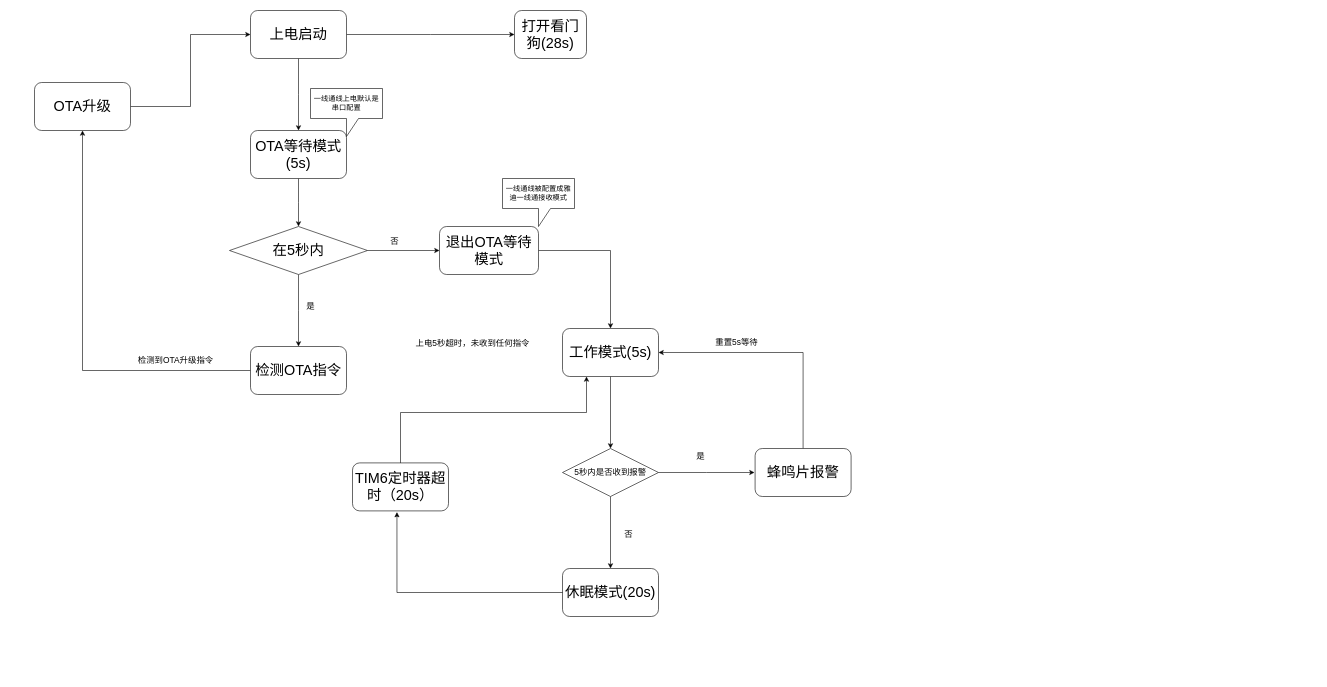
This is libuuu/未命名绘图.drawio from wuzexiang99/mfgtools, a draw.io file, before an edit. Source tidied: cells renumbered, new cells numbered last; positions are measured from the earlier drawing's top-left corner, leaving out a move shared by most shapes. Both pictures are drawn from the tidied source at 60%, with x=0, y=0 at pixel (34, 10).
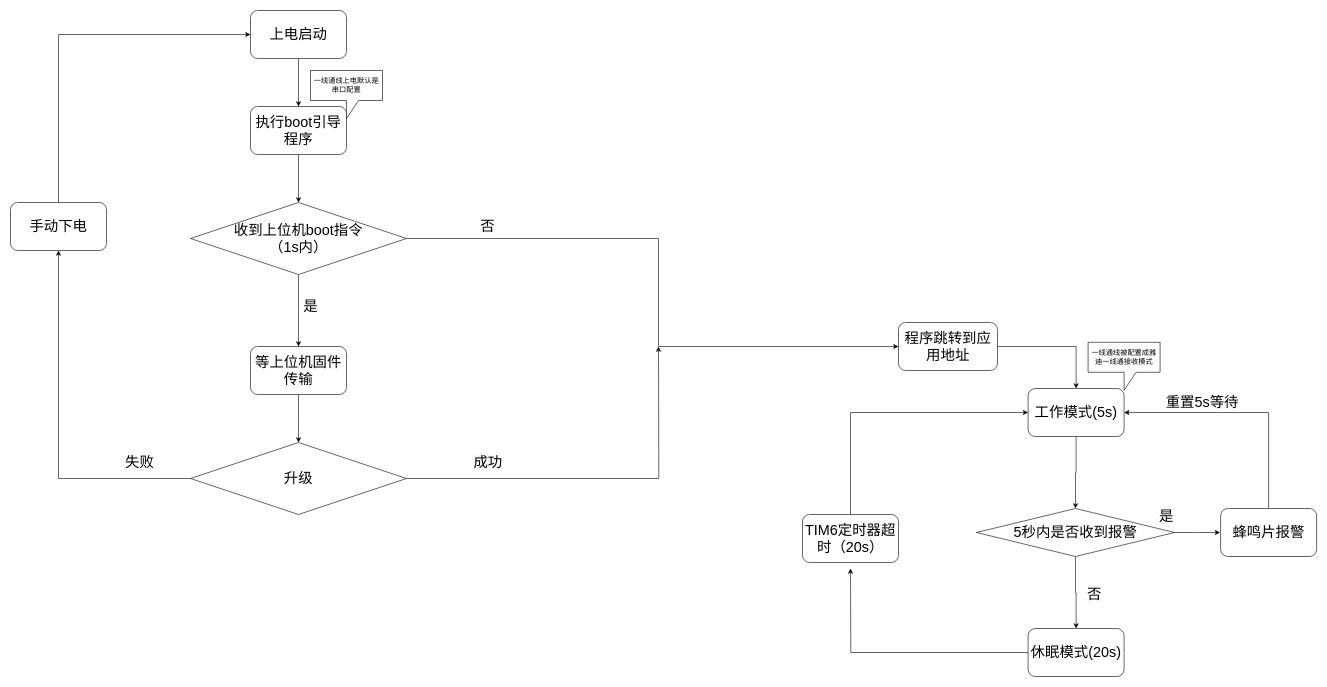
The same diagram, later.

Commit message:
发声装置程序设计

Unchanged cells that the change refers to:
```xml
<mxCell id="4" value="&lt;font style=&quot;font-size: 24px;&quot;&gt;上电启动&lt;/font&gt;" style="rounded=1;whiteSpace=wrap;html=1;" parent="1" vertex="1">
  <mxGeometry x="360" width="160" height="80" as="geometry" />
</mxCell>
```

Diff of the diagram source:
```diff
@@
-    <mxCell id="2" style="edgeStyle=orthogonalEdgeStyle;rounded=0;jettySize=auto;html=1;" parent="1" edge="1" source="4">
-      <mxGeometry relative="1" as="geometry">
-        <mxPoint x="440" y="200" as="targetPoint" />
-      </mxGeometry>
-    </mxCell>
-    <mxCell id="3" style="edgeStyle=orthogonalEdgeStyle;rounded=0;jettySize=auto;html=1;" parent="1" edge="1" source="4">
-      <mxGeometry relative="1" as="geometry">
-        <mxPoint x="800" y="40" as="targetPoint" />
-      </mxGeometry>
-    </mxCell>
+    <mxCell id="37" style="edgeStyle=orthogonalEdgeStyle;rounded=0;jettySize=auto;html=1;entryX=0.5;entryY=0;entryDx=0;entryDy=0;" parent="1" edge="1" source="4" target="10">
+      <mxGeometry relative="1" as="geometry" />
+    </mxCell>
@@
-    <mxCell id="5" style="edgeStyle=orthogonalEdgeStyle;rounded=0;jettySize=auto;html=1;entryX=0;entryY=0.5;entryDx=0;entryDy=0;" parent="1" edge="1" source="6" target="4">
-      <mxGeometry relative="1" as="geometry" />
-    </mxCell>
-    <mxCell id="6" value="&lt;span style=&quot;font-size: 24px;&quot;&gt;OTA升级&lt;/span&gt;" style="rounded=1;whiteSpace=wrap;html=1;" parent="1" vertex="1">
-      <mxGeometry y="120" width="160" height="80" as="geometry" />
-    </mxCell>
@@
     <mxCell id="8" value="&lt;span style=&quot;font-size: 24px;&quot;&gt;工作模式(5s)&lt;/span&gt;" style="rounded=1;whiteSpace=wrap;html=1;" parent="1" vertex="1">
-      <mxGeometry x="880" y="530" width="160" height="80" as="geometry" />
+      <mxGeometry x="1656" y="630" width="160" height="80" as="geometry" />
     </mxCell>
-    <mxCell id="9" style="edgeStyle=orthogonalEdgeStyle;rounded=0;jettySize=auto;html=1;" parent="1" edge="1" source="10">
-      <mxGeometry relative="1" as="geometry">
-        <mxPoint x="440" y="360" as="targetPoint" />
-      </mxGeometry>
-    </mxCell>
+    <mxCell id="38" style="edgeStyle=orthogonalEdgeStyle;rounded=0;jettySize=auto;html=1;entryX=0.5;entryY=0;entryDx=0;entryDy=0;" parent="1" edge="1" source="10" target="29">
+      <mxGeometry relative="1" as="geometry" />
+    </mxCell>
-    <mxCell id="10" value="&lt;span style=&quot;font-size: 24px;&quot;&gt;OTA等待模式(5s)&lt;/span&gt;" style="rounded=1;whiteSpace=wrap;html=1;" parent="1" vertex="1">
-      <mxGeometry x="360" y="200" width="160" height="80" as="geometry" />
+    <mxCell id="10" value="&lt;font style=&quot;font-size: 24px;&quot;&gt;执行boot引导程序&lt;/font&gt;" style="rounded=1;whiteSpace=wrap;html=1;" parent="1" vertex="1">
+      <mxGeometry x="360" y="160" width="160" height="80" as="geometry" />
     </mxCell>
-    <mxCell id="11" value="&lt;font style=&quot;font-size: 14px;&quot;&gt;检测到OTA升级指令&lt;/font&gt;" style="text;html=1;align=center;verticalAlign=middle;strokeColor=none;fillColor=none;" parent="1" vertex="1">
-      <mxGeometry x="160" y="568" width="150" height="30" as="geometry" />
-    </mxCell>
-    <mxCell id="12" value="&lt;font style=&quot;font-size: 14px;&quot;&gt;上电5秒超时，未收到任何指令&lt;/font&gt;" style="text;html=1;align=center;verticalAlign=middle;strokeColor=none;fillColor=none;" parent="1" vertex="1">
-      <mxGeometry x="625" y="540" width="210" height="30" as="geometry" />
-    </mxCell>
-    <mxCell id="13" style="edgeStyle=orthogonalEdgeStyle;rounded=0;jettySize=auto;html=1;entryX=0.25;entryY=1;entryDx=0;entryDy=0;" parent="1" edge="1" source="14" target="8">
+    <mxCell id="13" style="edgeStyle=orthogonalEdgeStyle;rounded=0;jettySize=auto;html=1;entryX=0;entryY=0.5;entryDx=0;entryDy=0;" parent="1" edge="1" source="14" target="8">
       <mxGeometry relative="1" as="geometry">
         <Array as="points">
-          <mxPoint x="610" y="670" />
-          <mxPoint x="920" y="670" />
+          <mxPoint x="1360" y="670" />
         </Array>
       </mxGeometry>
     </mxCell>
     <mxCell id="14" value="&lt;span style=&quot;font-size: 24px;&quot;&gt;TIM6定时器超时（20s）&lt;/span&gt;" style="rounded=1;whiteSpace=wrap;html=1;" parent="1" vertex="1">
-      <mxGeometry x="530" y="754" width="160" height="80" as="geometry" />
+      <mxGeometry x="1280" y="840" width="160" height="80" as="geometry" />
     </mxCell>
+    <mxCell id="39" style="edgeStyle=orthogonalEdgeStyle;rounded=0;jettySize=auto;html=1;" parent="1" edge="1" source="15">
+      <mxGeometry relative="1" as="geometry">
+        <mxPoint x="1360" y="930" as="targetPoint" />
+      </mxGeometry>
+    </mxCell>
     <mxCell id="15" value="&lt;span style=&quot;font-size: 24px;&quot;&gt;休眠模式(20s)&lt;/span&gt;" style="rounded=1;whiteSpace=wrap;html=1;" parent="1" vertex="1">
-      <mxGeometry x="880" y="930" width="160" height="80" as="geometry" />
+      <mxGeometry x="1656" y="1030" width="160" height="80" as="geometry" />
     </mxCell>
-    <mxCell id="16" style="edgeStyle=orthogonalEdgeStyle;rounded=0;jettySize=auto;html=1;entryX=0.463;entryY=1.025;entryDx=0;entryDy=0;entryPerimeter=0;" parent="1" edge="1" source="15" target="14">
-      <mxGeometry relative="1" as="geometry" />
-    </mxCell>
@@
     <mxCell id="18" style="edgeStyle=orthogonalEdgeStyle;rounded=0;jettySize=auto;html=1;" parent="1" edge="1" source="19">
       <mxGeometry relative="1" as="geometry">
-        <mxPoint x="1200" y="770" as="targetPoint" />
+        <mxPoint x="1975.9" y="870" as="targetPoint" />
       </mxGeometry>
     </mxCell>
-    <mxCell id="19" value="&lt;font style=&quot;font-size: 14px;&quot;&gt;5秒内是否收到报警&lt;/font&gt;" style="rhombus;whiteSpace=wrap;html=1;" parent="1" vertex="1">
-      <mxGeometry x="880" y="730" width="160" height="80" as="geometry" />
+    <mxCell id="19" value="&lt;font style=&quot;font-size: 24px;&quot;&gt;5秒内是否收到报警&lt;/font&gt;" style="rhombus;whiteSpace=wrap;html=1;" parent="1" vertex="1">
+      <mxGeometry x="1570" y="830" width="330" height="80" as="geometry" />
     </mxCell>
-    <mxCell id="20" value="&lt;font style=&quot;font-size: 14px;&quot;&gt;否&lt;/font&gt;" style="text;html=1;align=center;verticalAlign=middle;strokeColor=none;fillColor=none;" parent="1" vertex="1">
-      <mxGeometry x="970" y="858" width="40" height="30" as="geometry" />
+    <mxCell id="20" value="&lt;font style=&quot;font-size: 24px;&quot;&gt;否&lt;/font&gt;" style="text;html=1;align=center;verticalAlign=middle;strokeColor=none;fillColor=none;" parent="1" vertex="1">
+      <mxGeometry x="1741" y="953" width="50" height="40" as="geometry" />
     </mxCell>
@@
     <mxCell id="22" value="&lt;span style=&quot;font-size: 24px;&quot;&gt;蜂鸣片报警&lt;/span&gt;" style="rounded=1;whiteSpace=wrap;html=1;" parent="1" vertex="1">
-      <mxGeometry x="1201" y="730" width="160" height="80" as="geometry" />
+      <mxGeometry x="1976.9" y="830" width="160" height="80" as="geometry" />
     </mxCell>
-    <mxCell id="23" value="&lt;font style=&quot;font-size: 14px;&quot;&gt;重置5s等待&lt;/font&gt;" style="text;html=1;align=center;verticalAlign=middle;strokeColor=none;fillColor=none;" parent="1" vertex="1">
-      <mxGeometry x="1125" y="538" width="90" height="30" as="geometry" />
+    <mxCell id="23" value="&lt;font style=&quot;font-size: 24px;&quot;&gt;重置5s等待&lt;/font&gt;" style="text;html=1;align=center;verticalAlign=middle;strokeColor=none;fillColor=none;" parent="1" vertex="1">
+      <mxGeometry x="1876" y="633" width="140" height="40" as="geometry" />
     </mxCell>
-    <mxCell id="24" value="&lt;font style=&quot;font-size: 14px;&quot;&gt;是&lt;/font&gt;" style="text;html=1;align=center;verticalAlign=middle;strokeColor=none;fillColor=none;" parent="1" vertex="1">
-      <mxGeometry x="1090" y="728" width="40" height="30" as="geometry" />
+    <mxCell id="24" value="&lt;font style=&quot;font-size: 24px;&quot;&gt;是&lt;/font&gt;" style="text;html=1;align=center;verticalAlign=middle;strokeColor=none;fillColor=none;" parent="1" vertex="1">
+      <mxGeometry x="1861" y="823" width="50" height="40" as="geometry" />
     </mxCell>
-    <mxCell id="25" value="&lt;span style=&quot;font-size: 24px;&quot;&gt;打开看门狗(28s)&lt;/span&gt;" style="rounded=1;whiteSpace=wrap;html=1;" parent="1" vertex="1">
-      <mxGeometry x="800" width="120" height="80" as="geometry" />
-    </mxCell>
     <mxCell id="26" value="一线通线上电默认是串口配置" style="shape=callout;whiteSpace=wrap;html=1;perimeter=calloutPerimeter;" parent="1" vertex="1">
-      <mxGeometry x="460" y="130" width="120" height="80" as="geometry" />
+      <mxGeometry x="460" y="100" width="120" height="80" as="geometry" />
     </mxCell>
@@
     <mxCell id="28" style="edgeStyle=orthogonalEdgeStyle;rounded=0;jettySize=auto;html=1;entryX=0;entryY=0.5;entryDx=0;entryDy=0;" parent="1" edge="1" source="29" target="34">
-      <mxGeometry relative="1" as="geometry" />
+      <mxGeometry relative="1" as="geometry">
+        <Array as="points">
+          <mxPoint x="1040" y="380" />
+          <mxPoint x="1040" y="560" />
+          <mxPoint x="1440" y="560" />
+        </Array>
+      </mxGeometry>
     </mxCell>
-    <mxCell id="29" value="&lt;font style=&quot;font-size: 24px;&quot;&gt;在5秒内&lt;/font&gt;" style="rhombus;whiteSpace=wrap;html=1;" parent="1" vertex="1">
-      <mxGeometry x="325" y="360" width="230" height="80" as="geometry" />
+    <mxCell id="29" value="&lt;span style=&quot;font-size: 24px;&quot;&gt;收到上位机boot指令&lt;br&gt;（1s内）&lt;br&gt;&lt;/span&gt;" style="rhombus;whiteSpace=wrap;html=1;" parent="1" vertex="1">
+      <mxGeometry x="260" y="320" width="360" height="120" as="geometry" />
     </mxCell>
-    <mxCell id="30" style="edgeStyle=orthogonalEdgeStyle;rounded=0;jettySize=auto;html=1;" parent="1" edge="1" source="31" target="6">
-      <mxGeometry relative="1" as="geometry" />
-    </mxCell>
+    <mxCell id="40" style="edgeStyle=orthogonalEdgeStyle;rounded=0;jettySize=auto;html=1;entryX=0.5;entryY=0;entryDx=0;entryDy=0;" parent="1" edge="1" source="31">
+      <mxGeometry relative="1" as="geometry">
+        <mxPoint x="440" y="720" as="targetPoint" />
+      </mxGeometry>
+    </mxCell>
-    <mxCell id="31" value="&lt;span style=&quot;font-size: 24px;&quot;&gt;检测OTA指令&lt;/span&gt;" style="rounded=1;whiteSpace=wrap;html=1;" parent="1" vertex="1">
+    <mxCell id="31" value="&lt;font style=&quot;font-size: 24px;&quot;&gt;等上位机固件传输&lt;/font&gt;" style="rounded=1;whiteSpace=wrap;html=1;" parent="1" vertex="1">
       <mxGeometry x="360" y="560" width="160" height="80" as="geometry" />
     </mxCell>
-    <mxCell id="32" value="&lt;font style=&quot;font-size: 14px;&quot;&gt;是&lt;/font&gt;" style="text;html=1;align=center;verticalAlign=middle;strokeColor=none;fillColor=none;" parent="1" vertex="1">
-      <mxGeometry x="440" y="478" width="40" height="30" as="geometry" />
+    <mxCell id="32" value="&lt;font style=&quot;font-size: 24px;&quot;&gt;是&lt;/font&gt;" style="text;html=1;align=center;verticalAlign=middle;strokeColor=none;fillColor=none;" parent="1" vertex="1">
+      <mxGeometry x="435" y="473" width="50" height="40" as="geometry" />
     </mxCell>
@@
-    <mxCell id="34" value="&lt;font style=&quot;font-size: 24px;&quot;&gt;退出OTA等待模式&lt;/font&gt;" style="rounded=1;whiteSpace=wrap;html=1;" parent="1" vertex="1">
-      <mxGeometry x="675" y="360" width="165" height="80" as="geometry" />
+    <mxCell id="34" value="&lt;font style=&quot;font-size: 24px;&quot;&gt;程序跳转到应用地址&lt;/font&gt;" style="rounded=1;whiteSpace=wrap;html=1;" parent="1" vertex="1">
+      <mxGeometry x="1440" y="520" width="165" height="80" as="geometry" />
     </mxCell>
-    <mxCell id="35" value="&lt;font style=&quot;font-size: 14px;&quot;&gt;否&lt;/font&gt;" style="text;html=1;align=center;verticalAlign=middle;strokeColor=none;fillColor=none;" parent="1" vertex="1">
-      <mxGeometry x="580" y="370" width="40" height="30" as="geometry" />
+    <mxCell id="35" value="&lt;font style=&quot;font-size: 24px;&quot;&gt;否&lt;/font&gt;" style="text;html=1;align=center;verticalAlign=middle;strokeColor=none;fillColor=none;" parent="1" vertex="1">
+      <mxGeometry x="730" y="340" width="50" height="40" as="geometry" />
     </mxCell>
     <mxCell id="36" value="一线通线被配置成雅迪一线通接收模式" style="shape=callout;whiteSpace=wrap;html=1;perimeter=calloutPerimeter;" parent="1" vertex="1">
-      <mxGeometry x="780" y="280" width="120" height="80" as="geometry" />
+      <mxGeometry x="1756" y="553" width="120" height="80" as="geometry" />
     </mxCell>
+    <mxCell id="41" style="edgeStyle=orthogonalEdgeStyle;rounded=0;jettySize=auto;html=1;entryX=0.5;entryY=1;entryDx=0;entryDy=0;" parent="1" edge="1" source="43" target="45">
+      <mxGeometry relative="1" as="geometry" />
+    </mxCell>
+    <mxCell id="42" style="edgeStyle=orthogonalEdgeStyle;rounded=0;jettySize=auto;html=1;" parent="1" edge="1" source="43">
+      <mxGeometry relative="1" as="geometry">
+        <mxPoint x="1040" y="560" as="targetPoint" />
+      </mxGeometry>
+    </mxCell>
+    <mxCell id="43" value="&lt;span style=&quot;font-size: 24px;&quot;&gt;升级&lt;br&gt;&lt;/span&gt;" style="rhombus;whiteSpace=wrap;html=1;" parent="1" vertex="1">
+      <mxGeometry x="260" y="720" width="360" height="120" as="geometry" />
+    </mxCell>
+    <mxCell id="44" style="edgeStyle=orthogonalEdgeStyle;rounded=0;jettySize=auto;html=1;entryX=0;entryY=0.5;entryDx=0;entryDy=0;" parent="1" edge="1" source="45" target="4">
+      <mxGeometry relative="1" as="geometry">
+        <Array as="points">
+          <mxPoint x="40" y="40" />
+        </Array>
+      </mxGeometry>
+    </mxCell>
+    <mxCell id="45" value="&lt;span style=&quot;font-size: 24px;&quot;&gt;手动下电&lt;/span&gt;" style="rounded=1;whiteSpace=wrap;html=1;" parent="1" vertex="1">
+      <mxGeometry x="-40" y="320" width="160" height="80" as="geometry" />
+    </mxCell>
+    <mxCell id="46" value="&lt;font style=&quot;font-size: 24px;&quot;&gt;失败&lt;/font&gt;" style="text;html=1;align=center;verticalAlign=middle;strokeColor=none;fillColor=none;" parent="1" vertex="1">
+      <mxGeometry x="140" y="733" width="70" height="40" as="geometry" />
+    </mxCell>
+    <mxCell id="47" value="&lt;span style=&quot;color: rgb(0, 0, 0); font-family: Helvetica; font-size: 24px; font-style: normal; font-variant-ligatures: normal; font-variant-caps: normal; font-weight: 400; letter-spacing: normal; orphans: 2; text-align: center; text-indent: 0px; text-transform: none; widows: 2; word-spacing: 0px; -webkit-text-stroke-width: 0px; background-color: rgb(251, 251, 251); text-decoration-thickness: initial; text-decoration-style: initial; text-decoration-color: initial; float: none; display: inline !important;&quot;&gt;成功&lt;/span&gt;" style="text;whiteSpace=wrap;html=1;" parent="1" vertex="1">
+      <mxGeometry x="730" y="733" width="80" height="50" as="geometry" />
+    </mxCell>
```
